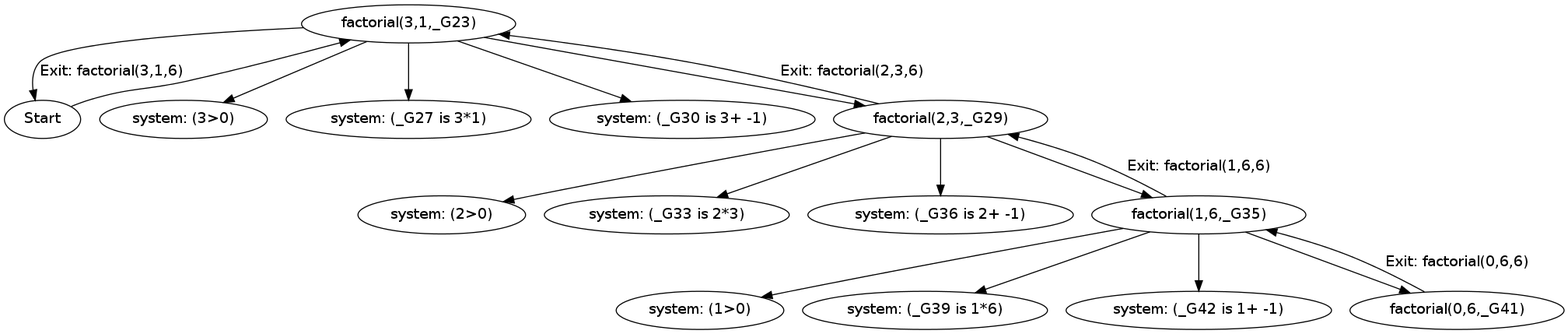
ljcoomber/prolog-dot-trace keeps this Graphviz diagram as examples/factorial.png. Above is the earlier version. Its source is kept beside it as examples/factorial.dot.
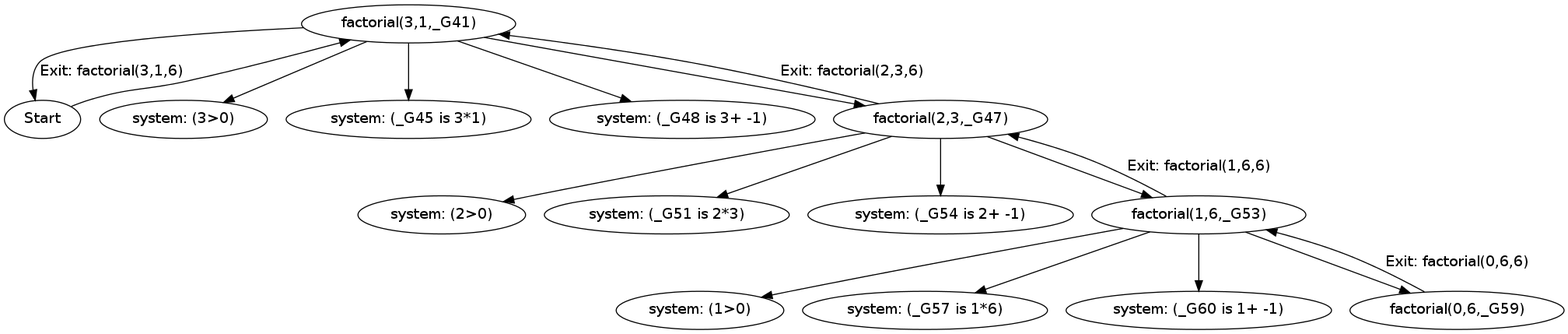
The same file after the commit.

What changed in the source:
```diff
@@ -1,33 +1,33 @@
 digraph prologTrace {
-    415 [label="factorial(3,1,_G23)"];
-    341 -> 415;
-    56 [label="system: (3>0)"];
-    415 -> 56;
-    517 [label="system: (_G27 is 3*1)"];
-    415 -> 517;
-    521 [label="system: (_G30 is 3+ -1)"];
-    415 -> 521;
-    528 [label="factorial(2,3,_G29)"];
-    415 -> 528;
-    66 [label="system: (2>0)"];
-    528 -> 66;
-    617 [label="system: (_G33 is 2*3)"];
-    528 -> 617;
-    621 [label="system: (_G36 is 2+ -1)"];
-    528 -> 621;
-    628 [label="factorial(1,6,_G35)"];
-    528 -> 628;
-    76 [label="system: (1>0)"];
-    628 -> 76;
-    717 [label="system: (_G39 is 1*6)"];
-    628 -> 717;
-    721 [label="system: (_G42 is 1+ -1)"];
-    628 -> 721;
-    728 [label="factorial(0,6,_G41)"];
-    628 -> 728;
-    728 -> 628 [label="Exit: factorial(0,6,6)"];
-    628 -> 528 [label="Exit: factorial(1,6,6)"];
-    528 -> 415 [label="Exit: factorial(2,3,6)"];
-    415 -> 341 [label="Exit: factorial(3,1,6)"];
-    341 [label="Start"];
+    f83l4p15 [label="factorial(3,1,_G41)"];
+    f74l3p41 -> f83l4p15;
+    f104l5p6 [label="system: (3>0)"];
+    f83l4p15 -> f104l5p6;
+    f104l5p17 [label="system: (_G45 is 3*1)"];
+    f83l4p15 -> f104l5p17;
+    f104l5p21 [label="system: (_G48 is 3+ -1)"];
+    f83l4p15 -> f104l5p21;
+    f104l5p28 [label="factorial(2,3,_G47)"];
+    f83l4p15 -> f104l5p28;
+    f125l6p6 [label="system: (2>0)"];
+    f104l5p28 -> f125l6p6;
+    f125l6p17 [label="system: (_G51 is 2*3)"];
+    f104l5p28 -> f125l6p17;
+    f125l6p21 [label="system: (_G54 is 2+ -1)"];
+    f104l5p28 -> f125l6p21;
+    f125l6p28 [label="factorial(1,6,_G53)"];
+    f104l5p28 -> f125l6p28;
+    f146l7p6 [label="system: (1>0)"];
+    f125l6p28 -> f146l7p6;
+    f146l7p17 [label="system: (_G57 is 1*6)"];
+    f125l6p28 -> f146l7p17;
+    f146l7p21 [label="system: (_G60 is 1+ -1)"];
+    f125l6p28 -> f146l7p21;
+    f146l7p28 [label="factorial(0,6,_G59)"];
+    f125l6p28 -> f146l7p28;
+    f146l7p28 -> f125l6p28 [label="Exit: factorial(0,6,6)"];
+    f125l6p28 -> f104l5p28 [label="Exit: factorial(1,6,6)"];
+    f104l5p28 -> f83l4p15 [label="Exit: factorial(2,3,6)"];
+    f83l4p15 -> f74l3p41 [label="Exit: factorial(3,1,6)"];
+    f74l3p41 [label="Start"];
 }
```
